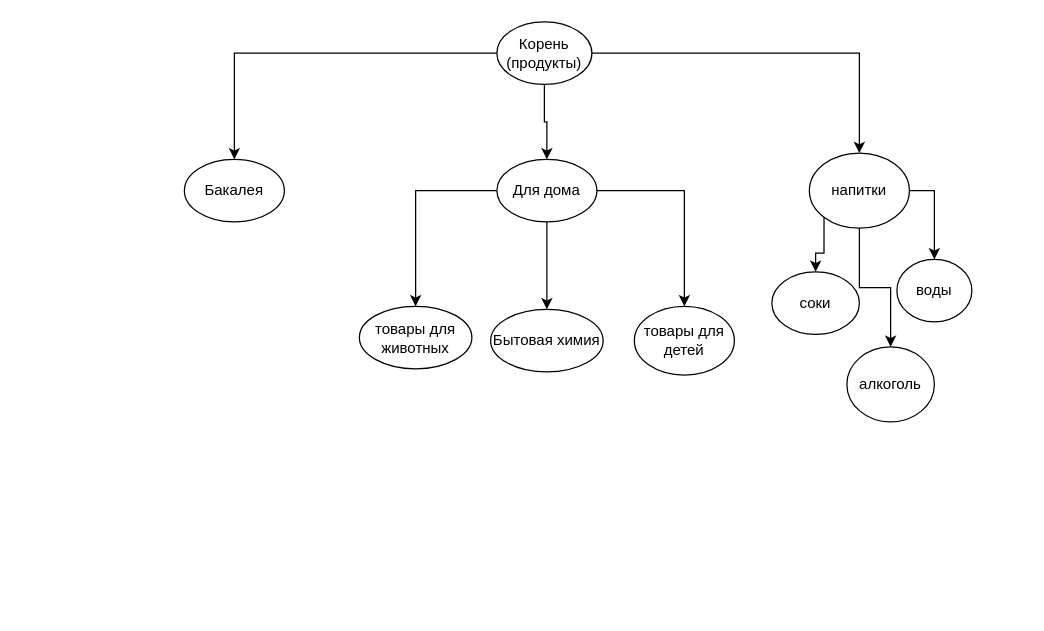
This is derevo.drawio from legendaOS/baumana, a draw.io file, before an edit. Source tidied: cells renumbered, new cells numbered last; positions are measured from the earlier drawing's top-left corner, leaving out a move shared by most shapes. Both pictures are drawn from the tidied source at 125%, with x=0, y=0 at pixel (184, 21).
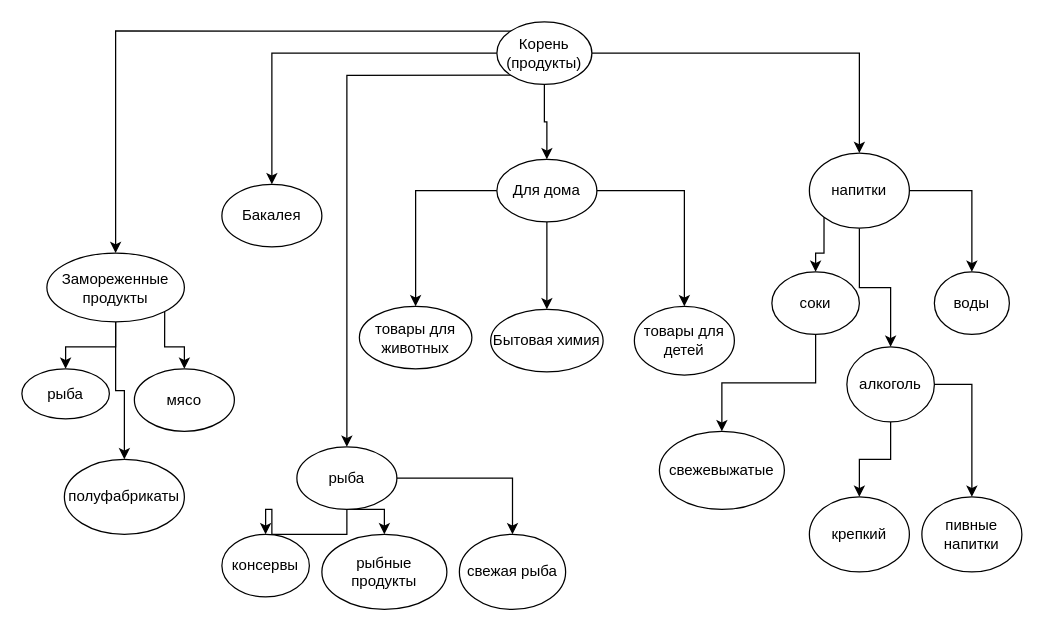
The same page after the edit.

Commit message:
доделаная схема

The change refers to these unchanged cells:
```xml
<mxCell id="5" value="Корень&lt;br&gt;(продукты)" style="ellipse;whiteSpace=wrap;html=1;" parent="1" vertex="1">
  <mxGeometry x="250" width="76" height="50" as="geometry" />
</mxCell>
<mxCell id="18" value="соки" style="ellipse;whiteSpace=wrap;html=1;" parent="1" vertex="1">
  <mxGeometry x="470" y="200" width="70" height="50" as="geometry" />
</mxCell>
<mxCell id="20" value="алкоголь" style="ellipse;whiteSpace=wrap;html=1;" parent="1" vertex="1">
  <mxGeometry x="530" y="260" width="70" height="60" as="geometry" />
</mxCell>
```

Change to the diagram source:
```diff
@@
+    <mxCell id="21" style="edgeStyle=orthogonalEdgeStyle;rounded=0;jettySize=auto;html=1;exitX=0;exitY=0;exitDx=0;exitDy=0;entryX=0.5;entryY=0;entryDx=0;entryDy=0;" parent="1" edge="1" source="5" target="29">
+      <mxGeometry relative="1" as="geometry" />
+    </mxCell>
+    <mxCell id="22" style="edgeStyle=orthogonalEdgeStyle;rounded=0;jettySize=auto;html=1;exitX=0;exitY=1;exitDx=0;exitDy=0;entryX=0.5;entryY=0;entryDx=0;entryDy=0;" parent="1" edge="1" source="5" target="35">
+      <mxGeometry relative="1" as="geometry" />
+    </mxCell>
@@
     <mxCell id="6" value="Бакалея" style="ellipse;whiteSpace=wrap;html=1;" parent="1" vertex="1">
-      <mxGeometry y="110" width="80" height="50" as="geometry" />
+      <mxGeometry x="30" y="130" width="80" height="50" as="geometry" />
     </mxCell>
@@
+    <mxCell id="23" style="edgeStyle=orthogonalEdgeStyle;rounded=0;jettySize=auto;html=1;exitX=0.5;exitY=1;exitDx=0;exitDy=0;entryX=0.5;entryY=0;entryDx=0;entryDy=0;" parent="1" edge="1" source="18" target="40">
+      <mxGeometry relative="1" as="geometry" />
+    </mxCell>
@@
     <mxCell id="19" value="воды" style="ellipse;whiteSpace=wrap;html=1;" parent="1" vertex="1">
-      <mxGeometry x="570" y="190" width="60" height="50" as="geometry" />
+      <mxGeometry x="600" y="200" width="60" height="50" as="geometry" />
     </mxCell>
+    <mxCell id="24" style="edgeStyle=orthogonalEdgeStyle;rounded=0;jettySize=auto;html=1;exitX=0.5;exitY=1;exitDx=0;exitDy=0;entryX=0.5;entryY=0;entryDx=0;entryDy=0;" parent="1" edge="1" source="20" target="41">
+      <mxGeometry relative="1" as="geometry" />
+    </mxCell>
+    <mxCell id="25" style="edgeStyle=orthogonalEdgeStyle;rounded=0;jettySize=auto;html=1;exitX=1;exitY=0.5;exitDx=0;exitDy=0;entryX=0.5;entryY=0;entryDx=0;entryDy=0;" parent="1" edge="1" source="20" target="42">
+      <mxGeometry relative="1" as="geometry" />
+    </mxCell>
@@
+    <mxCell id="26" style="edgeStyle=orthogonalEdgeStyle;rounded=0;jettySize=auto;html=1;exitX=0.5;exitY=1;exitDx=0;exitDy=0;entryX=0.5;entryY=0;entryDx=0;entryDy=0;" parent="1" edge="1" source="29" target="30">
+      <mxGeometry relative="1" as="geometry" />
+    </mxCell>
+    <mxCell id="27" style="edgeStyle=orthogonalEdgeStyle;rounded=0;jettySize=auto;html=1;exitX=1;exitY=1;exitDx=0;exitDy=0;" parent="1" edge="1" source="29" target="31">
+      <mxGeometry relative="1" as="geometry" />
+    </mxCell>
+    <mxCell id="28" style="edgeStyle=orthogonalEdgeStyle;rounded=0;jettySize=auto;html=1;exitX=0.5;exitY=1;exitDx=0;exitDy=0;" parent="1" edge="1" source="29" target="38">
+      <mxGeometry relative="1" as="geometry" />
+    </mxCell>
+    <mxCell id="29" value="Замореженные продукты" style="ellipse;whiteSpace=wrap;html=1;" parent="1" vertex="1">
+      <mxGeometry x="-110" y="185" width="110" height="55" as="geometry" />
+    </mxCell>
+    <mxCell id="30" value="рыба" style="ellipse;whiteSpace=wrap;html=1;" parent="1" vertex="1">
+      <mxGeometry x="-130" y="277.5" width="70" height="40" as="geometry" />
+    </mxCell>
+    <mxCell id="31" value="мясо" style="ellipse;whiteSpace=wrap;html=1;" parent="1" vertex="1">
+      <mxGeometry x="-40" y="277.5" width="80" height="50" as="geometry" />
+    </mxCell>
+    <mxCell id="32" style="edgeStyle=orthogonalEdgeStyle;rounded=0;jettySize=auto;html=1;exitX=0.5;exitY=1;exitDx=0;exitDy=0;entryX=0.5;entryY=0;entryDx=0;entryDy=0;" parent="1" edge="1" source="35" target="36">
+      <mxGeometry relative="1" as="geometry" />
+    </mxCell>
+    <mxCell id="33" style="edgeStyle=orthogonalEdgeStyle;rounded=0;jettySize=auto;html=1;exitX=0.5;exitY=1;exitDx=0;exitDy=0;entryX=0.5;entryY=0;entryDx=0;entryDy=0;" parent="1" edge="1" source="35" target="37">
+      <mxGeometry relative="1" as="geometry" />
+    </mxCell>
+    <mxCell id="34" style="edgeStyle=orthogonalEdgeStyle;rounded=0;jettySize=auto;html=1;exitX=1;exitY=0.5;exitDx=0;exitDy=0;entryX=0.5;entryY=0;entryDx=0;entryDy=0;" parent="1" edge="1" source="35" target="39">
+      <mxGeometry relative="1" as="geometry" />
+    </mxCell>
+    <mxCell id="35" value="рыба" style="ellipse;whiteSpace=wrap;html=1;" parent="1" vertex="1">
+      <mxGeometry x="90" y="340" width="80" height="50" as="geometry" />
+    </mxCell>
+    <mxCell id="36" value="консервы" style="ellipse;whiteSpace=wrap;html=1;" parent="1" vertex="1">
+      <mxGeometry x="30" y="410" width="70" height="50" as="geometry" />
+    </mxCell>
+    <mxCell id="37" value="рыбные продукты" style="ellipse;whiteSpace=wrap;html=1;" parent="1" vertex="1">
+      <mxGeometry x="110" y="410" width="100" height="60" as="geometry" />
+    </mxCell>
+    <mxCell id="38" value="полуфабрикаты" style="ellipse;whiteSpace=wrap;html=1;" parent="1" vertex="1">
+      <mxGeometry x="-96" y="350" width="96" height="60" as="geometry" />
+    </mxCell>
+    <mxCell id="39" value="свежая рыба" style="ellipse;whiteSpace=wrap;html=1;" parent="1" vertex="1">
+      <mxGeometry x="220" y="410" width="85" height="60" as="geometry" />
+    </mxCell>
+    <mxCell id="40" value="свежевыжатые" style="ellipse;whiteSpace=wrap;html=1;" parent="1" vertex="1">
+      <mxGeometry x="380" y="327.5" width="100" height="62.5" as="geometry" />
+    </mxCell>
+    <mxCell id="41" value="крепкий" style="ellipse;whiteSpace=wrap;html=1;" parent="1" vertex="1">
+      <mxGeometry x="500" y="380" width="80" height="60" as="geometry" />
+    </mxCell>
+    <mxCell id="42" value="пивные напитки" style="ellipse;whiteSpace=wrap;html=1;" parent="1" vertex="1">
+      <mxGeometry x="590" y="380" width="80" height="60" as="geometry" />
+    </mxCell>
```
